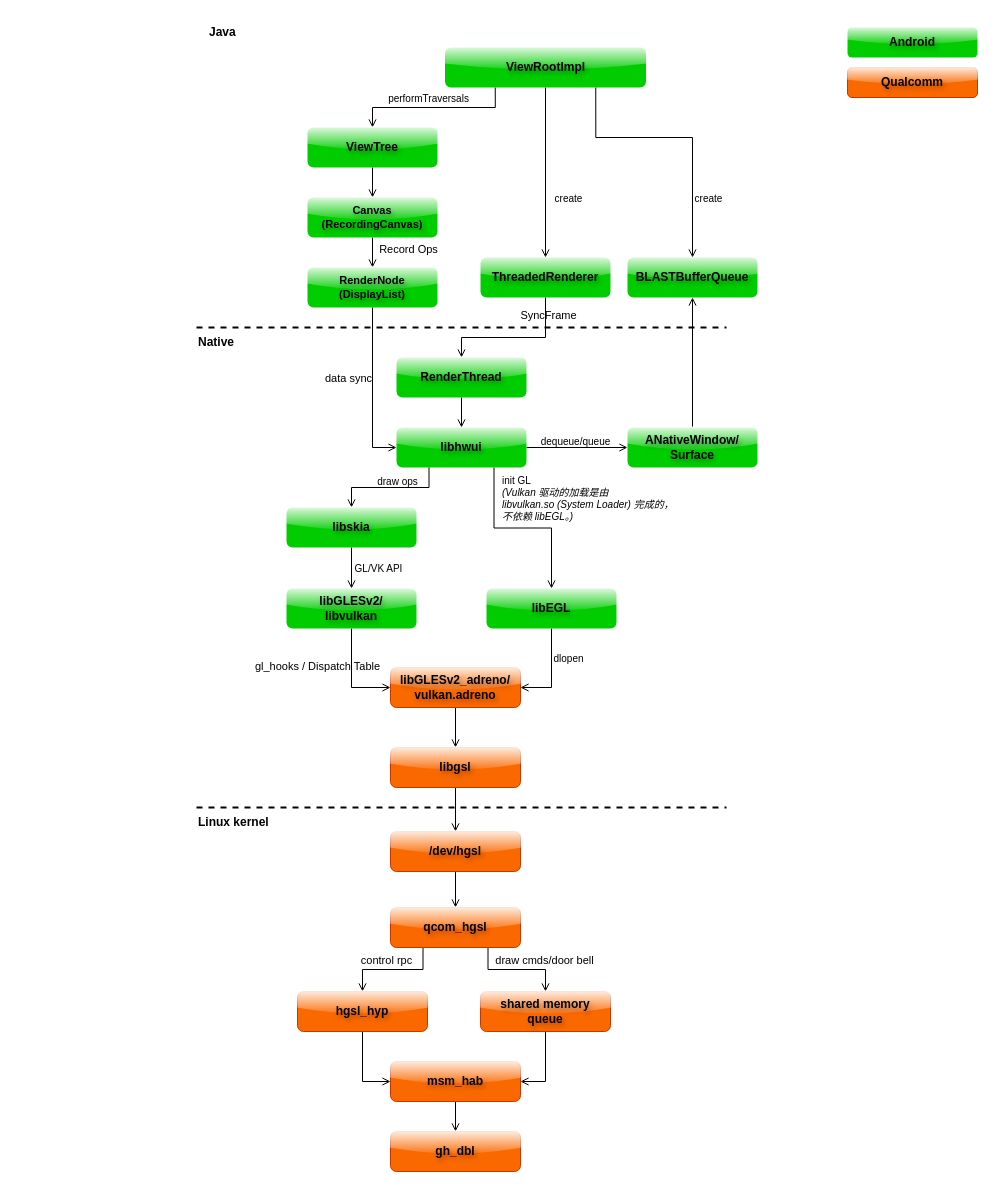
This is page "第 2 页" (2 of 2) of assets/drawio/sw-architecture-all-in-one.drawio from Ethen-Cao/ethenslab, a draw.io file, before an edit. Source tidied: cells renumbered, new cells numbered last; positions are measured from the earlier drawing's top-left corner, leaving out a move shared by most shapes. Both pictures are drawn from the tidied source at 100%, with x=0, y=0 at pixel (196, 17).
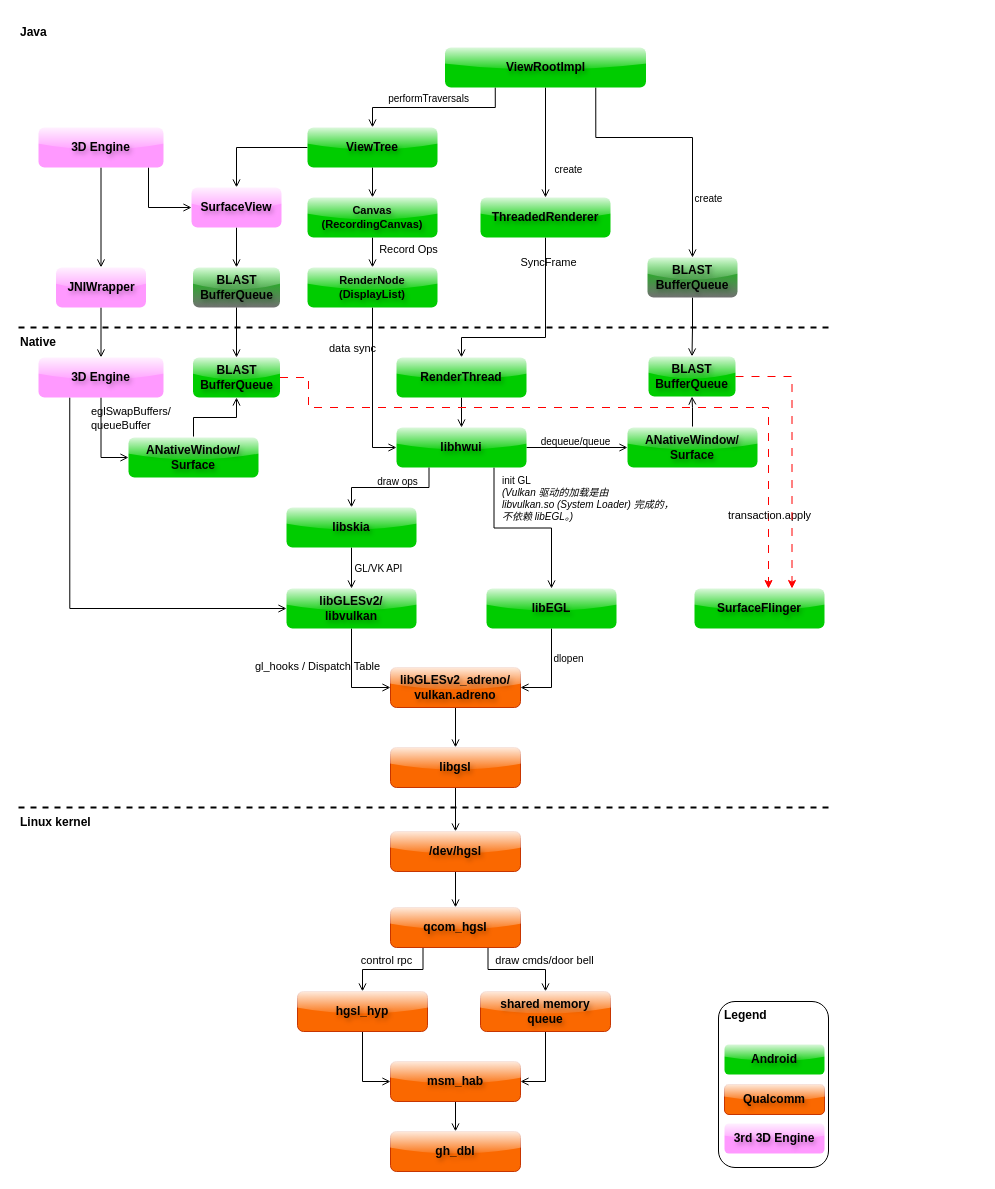
Above is the later version.

Unchanged cells that the change refers to:
```xml
<mxCell id="6" value="libGLESv2/&#10;libvulkan" style="rounded=1;whiteSpace=wrap;fillColor=#00CC00;fontColor=default;strokeColor=none;fontStyle=1;textShadow=1;gradientColor=none;glass=1;shadow=0;" parent="1" vertex="1">
  <mxGeometry x="90" y="571" width="130" height="40" as="geometry" />
</mxCell>
<mxCell id="43" value="ANativeWindow/&#10;Surface" style="rounded=1;whiteSpace=wrap;fillColor=#00CC00;fontColor=default;strokeColor=none;fontStyle=1;textShadow=1;gradientColor=none;glass=1;shadow=0;" parent="1" vertex="1">
  <mxGeometry x="431" y="410" width="130" height="40" as="geometry" />
</mxCell>
<mxCell id="49" style="edgeStyle=orthogonalEdgeStyle;rounded=0;jettySize=auto;html=1;strokeColor=default;align=center;verticalAlign=middle;fontFamily=Helvetica;fontSize=11;fontColor=default;labelBackgroundColor=default;endArrow=open;endFill=0;" parent="1" edge="1" source="51" target="27">
  <mxGeometry relative="1" as="geometry" />
</mxCell>
<mxCell id="56" value="ViewTree" style="rounded=1;whiteSpace=wrap;fillColor=#00CC00;fontColor=default;strokeColor=none;fontStyle=1;textShadow=1;gradientColor=none;glass=1;shadow=0;" parent="1" vertex="1">
  <mxGeometry x="111" y="110" width="130" height="40" as="geometry" />
</mxCell>
<mxCell id="63" style="edgeStyle=orthogonalEdgeStyle;rounded=0;jettySize=auto;html=1;entryX=0;entryY=0.5;entryDx=0;entryDy=0;strokeColor=default;align=center;verticalAlign=middle;fontFamily=Helvetica;fontSize=11;fontColor=default;labelBackgroundColor=default;endArrow=open;endFill=0;" parent="1" edge="1" source="65" target="32">
  <mxGeometry relative="1" as="geometry" />
</mxCell>
```

Diff of the diagram source:
```diff
@@
+    <mxCell id="69" value="Legend" style="rounded=1;whiteSpace=wrap;html=1;fontStyle=1;verticalAlign=top;align=left;spacingLeft=4;" parent="1" vertex="1">
+      <mxGeometry x="522" y="984" width="110" height="166" as="geometry" />
+    </mxCell>
@@
     <mxCell id="14" style="group;" parent="1" vertex="1">
-      <mxGeometry y="790" width="530" height="30" as="geometry" />
+      <mxGeometry x="-178" y="790" width="810" height="30" as="geometry" />
     </mxCell>
     <mxCell id="15" style="endArrow=none;dashed=1;html=1;rounded=0;strokeWidth=2;" parent="14" edge="1">
       <mxGeometry relative="1" as="geometry">
         <mxPoint as="sourcePoint" />
-        <mxPoint x="530" as="targetPoint" />
+        <mxPoint x="810" as="targetPoint" />
       </mxGeometry>
     </mxCell>
     <mxCell id="16" value="Linux kernel" style="text;html=1;whiteSpace=wrap;strokeColor=none;fillColor=none;align=left;verticalAlign=middle;rounded=0;fontStyle=1;" parent="14" vertex="1">
-      <mxGeometry width="100" height="30" as="geometry" />
+      <mxGeometry width="152.8" height="30" as="geometry" />
     </mxCell>
@@
     <mxCell id="27" value="ThreadedRenderer" style="rounded=1;whiteSpace=wrap;fillColor=#00CC00;fontColor=default;strokeColor=none;fontStyle=1;textShadow=1;gradientColor=none;glass=1;shadow=0;" parent="1" vertex="1">
-      <mxGeometry x="284" y="240" width="130" height="40" as="geometry" />
+      <mxGeometry x="284" y="180" width="130" height="40" as="geometry" />
     </mxCell>
@@
-    <mxCell id="42" style="edgeStyle=orthogonalEdgeStyle;rounded=0;jettySize=auto;html=1;entryX=0.5;entryY=1;entryDx=0;entryDy=0;strokeColor=default;align=center;verticalAlign=middle;fontFamily=Helvetica;fontSize=11;fontColor=default;labelBackgroundColor=default;endArrow=open;endFill=0;" parent="1" edge="1" source="43" target="44">
-      <mxGeometry relative="1" as="geometry" />
-    </mxCell>
+    <mxCell id="70" style="edgeStyle=orthogonalEdgeStyle;rounded=0;jettySize=auto;html=1;strokeColor=default;align=center;verticalAlign=middle;fontFamily=Helvetica;fontSize=11;fontColor=default;labelBackgroundColor=default;endArrow=open;endFill=0;" parent="1" edge="1" source="43" target="74">
+      <mxGeometry relative="1" as="geometry" />
+    </mxCell>
@@
+    <mxCell id="71" style="edgeStyle=orthogonalEdgeStyle;rounded=0;jettySize=auto;html=1;entryX=0.5;entryY=0;entryDx=0;entryDy=0;strokeColor=default;align=center;verticalAlign=middle;fontFamily=Helvetica;fontSize=11;fontColor=default;labelBackgroundColor=default;endArrow=open;endFill=0;" parent="1" edge="1" source="44" target="74">
+      <mxGeometry relative="1" as="geometry" />
+    </mxCell>
-    <mxCell id="44" value="BLASTBufferQueue" style="rounded=1;whiteSpace=wrap;fillColor=#00CC00;fontColor=default;strokeColor=none;fontStyle=1;textShadow=1;gradientColor=none;glass=1;shadow=0;" parent="1" vertex="1">
-      <mxGeometry x="431" y="240" width="130" height="40" as="geometry" />
+    <mxCell id="44" value="BLAST&#10;BufferQueue" style="rounded=1;whiteSpace=wrap;fillColor=#00CC00;fontColor=default;strokeColor=none;fontStyle=1;textShadow=1;gradientColor=#717171;glass=1;shadow=0;align=center;verticalAlign=middle;fontFamily=Helvetica;fontSize=12;" parent="1" vertex="1">
+      <mxGeometry x="451" y="240" width="90" height="40" as="geometry" />
     </mxCell>
@@
-    <mxCell id="50" value="create" style="edgeLabel;html=1;align=center;verticalAlign=middle;fontSize=10;" parent="49" vertex="1">
+    <mxCell id="50" value="create" style="edgeLabel;html=1;align=center;verticalAlign=middle;fontSize=10;labelBackgroundColor=none;" parent="49" vertex="1">
       <mxGeometry x="-0.05" relative="1" as="geometry">
         <mxPoint x="22" y="29" as="offset" />
       </mxGeometry>
     </mxCell>
@@
     <mxCell id="52" style="group;strokeColor=none;fillColor=none;" parent="1" vertex="1">
-      <mxGeometry x="651" y="10" width="130" height="70" as="geometry" />
+      <mxGeometry x="528" y="1027" width="100" height="70" as="geometry" />
     </mxCell>
     <mxCell id="53" value="Android" style="rounded=1;whiteSpace=wrap;fillColor=#00CC00;fontColor=default;strokeColor=none;fontStyle=1;textShadow=1;gradientColor=none;glass=1;shadow=0;" parent="52" vertex="1">
-      <mxGeometry width="130" height="30" as="geometry" />
+      <mxGeometry width="100" height="30" as="geometry" />
     </mxCell>
     <mxCell id="54" value="Qualcomm" style="rounded=1;whiteSpace=wrap;fillColor=#fa6800;fontColor=#000000;strokeColor=#C73500;fontStyle=1;textShadow=1;glass=1;shadow=0;" parent="52" vertex="1">
-      <mxGeometry y="40" width="130" height="30" as="geometry" />
+      <mxGeometry y="40" width="100" height="30" as="geometry" />
     </mxCell>
@@
+    <mxCell id="72" style="edgeStyle=orthogonalEdgeStyle;rounded=0;jettySize=auto;html=1;entryX=0.5;entryY=0;entryDx=0;entryDy=0;strokeColor=default;align=center;verticalAlign=middle;fontFamily=Helvetica;fontSize=11;fontColor=default;labelBackgroundColor=default;endArrow=open;endFill=0;" parent="1" edge="1" source="56" target="79">
+      <mxGeometry relative="1" as="geometry" />
+    </mxCell>
@@
     <mxCell id="57" style="group;" parent="1" vertex="1">
-      <mxGeometry y="310" width="530" height="30" as="geometry" />
+      <mxGeometry x="-178" y="310" width="810" height="70" as="geometry" />
     </mxCell>
     <mxCell id="58" style="endArrow=none;dashed=1;html=1;rounded=0;strokeWidth=2;" parent="57" edge="1">
       <mxGeometry relative="1" as="geometry">
         <mxPoint as="sourcePoint" />
-        <mxPoint x="530" as="targetPoint" />
+        <mxPoint x="810" as="targetPoint" />
       </mxGeometry>
     </mxCell>
     <mxCell id="59" value="Native" style="text;html=1;whiteSpace=wrap;strokeColor=none;fillColor=none;align=left;verticalAlign=middle;rounded=0;fontStyle=1;" parent="57" vertex="1">
-      <mxGeometry width="100" height="30" as="geometry" />
+      <mxGeometry width="152.8" height="30" as="geometry" />
     </mxCell>
+    <mxCell id="73" value="BLAST&#10;BufferQueue" style="rounded=1;whiteSpace=wrap;fillColor=#00CC00;fontColor=default;strokeColor=none;fontStyle=1;textShadow=1;gradientColor=none;glass=1;shadow=0;" parent="57" vertex="1">
+      <mxGeometry x="174.5" y="30" width="87" height="40" as="geometry" />
+    </mxCell>
+    <mxCell id="74" value="BLAST&#10;BufferQueue" style="rounded=1;whiteSpace=wrap;fillColor=#00CC00;fontColor=default;strokeColor=none;fontStyle=1;textShadow=1;gradientColor=none;glass=1;shadow=0;" parent="57" vertex="1">
+      <mxGeometry x="630" y="29" width="87" height="40" as="geometry" />
+    </mxCell>
@@
     <mxCell id="64" value="data sync" style="edgeLabel;html=1;align=center;verticalAlign=middle;rounded=0;strokeColor=default;fontFamily=Helvetica;fontSize=11;fontColor=default;labelBackgroundColor=none;" parent="63" vertex="1">
       <mxGeometry x="-0.49" relative="1" as="geometry">
-        <mxPoint x="-25" y="28" as="offset" />
+        <mxPoint x="-21" y="-2" as="offset" />
       </mxGeometry>
     </mxCell>
@@
     <mxCell id="68" value="Java" style="text;html=1;whiteSpace=wrap;strokeColor=none;fillColor=none;align=left;verticalAlign=middle;rounded=0;fontStyle=1;" parent="1" vertex="1">
-      <mxGeometry x="11" width="100" height="30" as="geometry" />
+      <mxGeometry x="-178" width="100" height="30" as="geometry" />
     </mxCell>
+    <mxCell id="75" style="edgeStyle=orthogonalEdgeStyle;rounded=0;jettySize=auto;html=1;entryX=0;entryY=0.5;entryDx=0;entryDy=0;strokeColor=default;align=center;verticalAlign=middle;fontFamily=Helvetica;fontSize=11;fontColor=default;labelBackgroundColor=default;endArrow=open;endFill=0;" parent="1" edge="1" source="77" target="79">
+      <mxGeometry relative="1" as="geometry">
+        <Array as="points">
+          <mxPoint x="-48" y="190" />
+        </Array>
+      </mxGeometry>
+    </mxCell>
+    <mxCell id="76" style="edgeStyle=orthogonalEdgeStyle;rounded=0;jettySize=auto;html=1;strokeColor=default;align=center;verticalAlign=middle;fontFamily=Helvetica;fontSize=11;fontColor=default;labelBackgroundColor=default;endArrow=open;endFill=0;" parent="1" edge="1" source="77" target="81">
+      <mxGeometry relative="1" as="geometry" />
+    </mxCell>
+    <mxCell id="77" value="3D Engine" style="rounded=1;whiteSpace=wrap;fillColor=#FF99FF;fontColor=default;strokeColor=none;fontStyle=1;textShadow=1;gradientColor=none;glass=1;shadow=0;" parent="1" vertex="1">
+      <mxGeometry x="-158" y="110" width="125" height="40" as="geometry" />
+    </mxCell>
+    <mxCell id="78" style="edgeStyle=orthogonalEdgeStyle;rounded=0;jettySize=auto;html=1;entryX=0.5;entryY=0;entryDx=0;entryDy=0;strokeColor=default;align=center;verticalAlign=middle;fontFamily=Helvetica;fontSize=11;fontColor=default;labelBackgroundColor=default;endArrow=open;endFill=0;" parent="1" edge="1" source="79" target="87">
+      <mxGeometry relative="1" as="geometry" />
+    </mxCell>
+    <mxCell id="79" value="SurfaceView" style="rounded=1;whiteSpace=wrap;fillColor=#FF99FF;fontColor=default;strokeColor=none;fontStyle=1;textShadow=1;gradientColor=none;glass=1;shadow=0;" parent="1" vertex="1">
+      <mxGeometry x="-5" y="170" width="90" height="40" as="geometry" />
+    </mxCell>
+    <mxCell id="80" style="edgeStyle=orthogonalEdgeStyle;rounded=0;jettySize=auto;html=1;entryX=0.5;entryY=0;entryDx=0;entryDy=0;strokeColor=default;align=center;verticalAlign=middle;fontFamily=Helvetica;fontSize=11;fontColor=default;labelBackgroundColor=default;endArrow=open;endFill=0;" parent="1" edge="1" source="81" target="85">
+      <mxGeometry relative="1" as="geometry" />
+    </mxCell>
+    <mxCell id="81" value="JNIWrapper" style="rounded=1;whiteSpace=wrap;fillColor=#FF99FF;fontColor=default;strokeColor=none;fontStyle=1;textShadow=1;gradientColor=none;glass=1;shadow=0;" parent="1" vertex="1">
+      <mxGeometry x="-140.5" y="250" width="90" height="40" as="geometry" />
+    </mxCell>
+    <mxCell id="82" style="rounded=0;jettySize=auto;html=1;entryX=0;entryY=0.5;entryDx=0;entryDy=0;strokeColor=default;align=center;verticalAlign=middle;fontFamily=Helvetica;fontSize=11;fontColor=default;labelBackgroundColor=default;endArrow=open;endFill=0;exitX=0.25;exitY=1;exitDx=0;exitDy=0;edgeStyle=orthogonalEdgeStyle;" parent="1" edge="1" source="85" target="6">
+      <mxGeometry relative="1" as="geometry" />
+    </mxCell>
+    <mxCell id="83" style="rounded=0;jettySize=auto;html=1;strokeColor=default;align=center;verticalAlign=middle;fontFamily=Helvetica;fontSize=11;fontColor=default;labelBackgroundColor=default;endArrow=open;endFill=0;edgeStyle=orthogonalEdgeStyle;entryX=0;entryY=0.5;entryDx=0;entryDy=0;" parent="1" edge="1" source="85" target="89">
+      <mxGeometry relative="1" as="geometry" />
+    </mxCell>
+    <mxCell id="84" value="eglSwapBuffers/&lt;br&gt;queueBuffer" style="edgeLabel;html=1;align=left;verticalAlign=middle;labelBackgroundColor=none;" parent="83" vertex="1">
+      <mxGeometry x="-0.13" y="-1" relative="1" as="geometry">
+        <mxPoint x="-11" y="-18" as="offset" />
+      </mxGeometry>
+    </mxCell>
+    <mxCell id="85" value="3D Engine" style="rounded=1;whiteSpace=wrap;fillColor=#FF99FF;fontColor=default;strokeColor=none;fontStyle=1;textShadow=1;gradientColor=none;glass=1;shadow=0;" parent="1" vertex="1">
+      <mxGeometry x="-158" y="340" width="125" height="40" as="geometry" />
+    </mxCell>
+    <mxCell id="86" value="3rd 3D Engine" style="rounded=1;whiteSpace=wrap;fillColor=#FF99FF;fontColor=default;strokeColor=none;fontStyle=1;textShadow=1;gradientColor=none;glass=1;shadow=0;align=center;verticalAlign=middle;fontFamily=Helvetica;fontSize=12;" parent="1" vertex="1">
+      <mxGeometry x="528" y="1106" width="100" height="30" as="geometry" />
+    </mxCell>
+    <mxCell id="87" value="BLAST&#10;BufferQueue" style="rounded=1;whiteSpace=wrap;fillColor=#00CC00;fontColor=default;strokeColor=none;fontStyle=1;textShadow=1;gradientColor=#717171;glass=1;shadow=0;" parent="1" vertex="1">
+      <mxGeometry x="-3.5" y="250" width="87" height="40" as="geometry" />
+    </mxCell>
+    <mxCell id="88" style="edgeStyle=orthogonalEdgeStyle;rounded=0;jettySize=auto;html=1;entryX=0.5;entryY=1;entryDx=0;entryDy=0;strokeColor=default;align=center;verticalAlign=middle;fontFamily=Helvetica;fontSize=11;fontColor=default;labelBackgroundColor=default;endArrow=open;endFill=0;" parent="1" edge="1" source="89" target="73">
+      <mxGeometry relative="1" as="geometry" />
+    </mxCell>
+    <mxCell id="89" value="ANativeWindow/&#10;Surface" style="rounded=1;whiteSpace=wrap;fillColor=#00CC00;fontColor=default;strokeColor=none;fontStyle=1;textShadow=1;gradientColor=none;glass=1;shadow=0;" parent="1" vertex="1">
+      <mxGeometry x="-68" y="420" width="130" height="40" as="geometry" />
+    </mxCell>
+    <mxCell id="90" style="edgeStyle=orthogonalEdgeStyle;rounded=0;jettySize=auto;html=1;entryX=0.5;entryY=0;entryDx=0;entryDy=0;strokeColor=default;align=center;verticalAlign=middle;fontFamily=Helvetica;fontSize=11;fontColor=default;labelBackgroundColor=default;endArrow=open;endFill=0;exitX=0.5;exitY=1;exitDx=0;exitDy=0;" parent="1" edge="1" source="87" target="73">
+      <mxGeometry relative="1" as="geometry" />
+    </mxCell>
+    <mxCell id="91" value="SurfaceFlinger" style="rounded=1;whiteSpace=wrap;fillColor=#00CC00;fontColor=default;strokeColor=none;fontStyle=1;textShadow=1;gradientColor=none;glass=1;shadow=0;" parent="1" vertex="1">
+      <mxGeometry x="498" y="571" width="130" height="40" as="geometry" />
+    </mxCell>
+    <mxCell id="92" style="edgeStyle=orthogonalEdgeStyle;rounded=0;jettySize=auto;html=1;dashed=1;dashPattern=8 8;strokeColor=#FF0000;" parent="1" edge="1" source="73" target="91">
+      <mxGeometry relative="1" as="geometry">
+        <Array as="points">
+          <mxPoint x="112" y="360" />
+          <mxPoint x="112" y="390" />
+          <mxPoint x="572" y="390" />
+        </Array>
+      </mxGeometry>
+    </mxCell>
+    <mxCell id="93" value="transaction.apply" style="edgeLabel;html=1;align=center;verticalAlign=middle;labelBackgroundColor=none;" parent="92" vertex="1">
+      <mxGeometry x="0.79" relative="1" as="geometry" />
+    </mxCell>
+    <mxCell id="94" style="edgeStyle=orthogonalEdgeStyle;rounded=0;jettySize=auto;html=1;entryX=0.75;entryY=0;entryDx=0;entryDy=0;dashed=1;dashPattern=8 8;strokeColor=#FF0000;align=center;verticalAlign=middle;fontFamily=Helvetica;fontSize=11;fontColor=default;labelBackgroundColor=default;endArrow=classic;" parent="1" edge="1" source="74" target="91">
+      <mxGeometry relative="1" as="geometry">
+        <Array as="points">
+          <mxPoint x="596" y="359" />
+        </Array>
+      </mxGeometry>
+    </mxCell>
```
